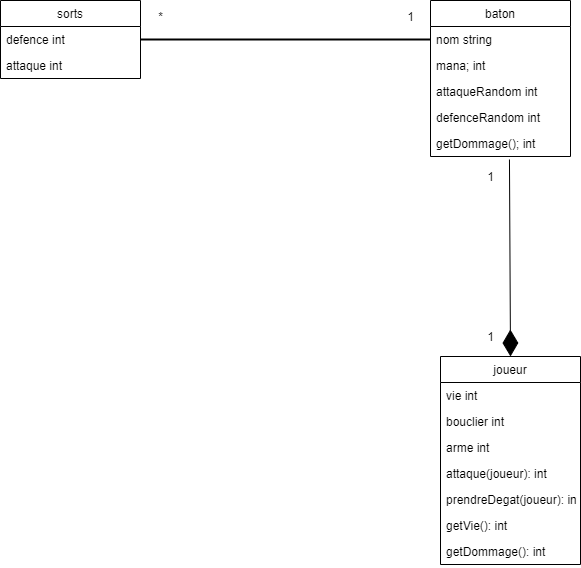
This is formatif tp1.png from Tom-Gab/Formatif_tp1, a draw.io export, as it was before one commit. Source tidied: cells renumbered, new cells last; positions are measured from the earlier drawing's top-left corner, leaving out a move shared by most shapes. Source of this version:
```xml
<mxGraphModel>
  <root>
    <mxCell id="0" />
    <mxCell id="1" parent="0" />
    <mxCell id="2" value="sorts" style="swimlane;fontStyle=0;horizontal=1;startSize=26;fillColor=none;" parent="1" vertex="1">
      <mxGeometry width="140" height="78" as="geometry" />
    </mxCell>
    <mxCell id="3" value="defence int" style="text;strokeColor=none;fillColor=none;align=left;verticalAlign=top;spacingLeft=4;spacingRight=4;overflow=hidden;" parent="2" vertex="1">
      <mxGeometry y="26" width="140" height="26" as="geometry" />
    </mxCell>
    <mxCell id="4" value="attaque int" style="text;strokeColor=none;fillColor=none;align=left;verticalAlign=top;spacingLeft=4;spacingRight=4;overflow=hidden;" parent="2" vertex="1">
      <mxGeometry y="52" width="140" height="26" as="geometry" />
    </mxCell>
    <mxCell id="5" value="baton" style="swimlane;fontStyle=0;horizontal=1;startSize=26;fillColor=none;" parent="1" vertex="1">
      <mxGeometry x="430" width="140" height="156" as="geometry" />
    </mxCell>
    <mxCell id="6" value="nom string" style="text;strokeColor=none;fillColor=none;align=left;verticalAlign=top;spacingLeft=4;spacingRight=4;overflow=hidden;" parent="5" vertex="1">
      <mxGeometry y="26" width="140" height="26" as="geometry" />
    </mxCell>
    <mxCell id="7" value="mana; int" style="text;strokeColor=none;fillColor=none;align=left;verticalAlign=top;spacingLeft=4;spacingRight=4;overflow=hidden;" parent="5" vertex="1">
      <mxGeometry y="52" width="140" height="26" as="geometry" />
    </mxCell>
    <mxCell id="8" value="attaqueRandom int" style="text;strokeColor=none;fillColor=none;align=left;verticalAlign=top;spacingLeft=4;spacingRight=4;overflow=hidden;" parent="5" vertex="1">
      <mxGeometry y="78" width="140" height="26" as="geometry" />
    </mxCell>
    <mxCell id="9" value="defenceRandom int" style="text;strokeColor=none;fillColor=none;align=left;verticalAlign=top;spacingLeft=4;spacingRight=4;overflow=hidden;" parent="5" vertex="1">
      <mxGeometry y="104" width="140" height="26" as="geometry" />
    </mxCell>
    <mxCell id="10" value="getDommage(); int" style="text;strokeColor=none;fillColor=none;align=left;verticalAlign=top;spacingLeft=4;spacingRight=4;overflow=hidden;points=[[0,0.5],[1,0.5]];portConstraint=eastwest;" parent="5" vertex="1">
      <mxGeometry y="130" width="140" height="26" as="geometry" />
    </mxCell>
    <mxCell id="11" value="joueur" style="swimlane;fontStyle=0;horizontal=1;startSize=26;fillColor=none;" parent="1" vertex="1">
      <mxGeometry x="440" y="356" width="140" height="208" as="geometry" />
    </mxCell>
    <mxCell id="12" value="vie int" style="text;strokeColor=none;fillColor=none;align=left;verticalAlign=top;spacingLeft=4;spacingRight=4;overflow=hidden;" parent="11" vertex="1">
      <mxGeometry y="26" width="140" height="26" as="geometry" />
    </mxCell>
    <mxCell id="13" value="bouclier int" style="text;strokeColor=none;fillColor=none;align=left;verticalAlign=top;spacingLeft=4;spacingRight=4;overflow=hidden;" parent="11" vertex="1">
      <mxGeometry y="52" width="140" height="26" as="geometry" />
    </mxCell>
    <mxCell id="14" value="arme int" style="text;strokeColor=none;fillColor=none;align=left;verticalAlign=top;spacingLeft=4;spacingRight=4;overflow=hidden;" parent="11" vertex="1">
      <mxGeometry y="78" width="140" height="26" as="geometry" />
    </mxCell>
    <mxCell id="15" value="attaque(joueur): int" style="text;strokeColor=none;fillColor=none;align=left;verticalAlign=top;spacingLeft=4;spacingRight=4;overflow=hidden;" parent="11" vertex="1">
      <mxGeometry y="104" width="140" height="26" as="geometry" />
    </mxCell>
    <mxCell id="16" value="prendreDegat(joueur): int" style="text;strokeColor=none;fillColor=none;align=left;verticalAlign=top;spacingLeft=4;spacingRight=4;overflow=hidden;" parent="11" vertex="1">
      <mxGeometry y="130" width="140" height="26" as="geometry" />
    </mxCell>
    <mxCell id="17" value="getVie(): int" style="text;strokeColor=none;fillColor=none;align=left;verticalAlign=top;spacingLeft=4;spacingRight=4;overflow=hidden;" parent="11" vertex="1">
      <mxGeometry y="156" width="140" height="26" as="geometry" />
    </mxCell>
    <mxCell id="18" value="getDommage(): int" style="text;strokeColor=none;fillColor=none;align=left;verticalAlign=top;spacingLeft=4;spacingRight=4;overflow=hidden;" parent="11" vertex="1">
      <mxGeometry y="182" width="140" height="26" as="geometry" />
    </mxCell>
    <mxCell id="19" style="endArrow=diamondThin;endFill=1;endSize=24;html=1;entryX=0.5;entryY=0;entryDx=0;entryDy=0;exitX=0.564;exitY=1.115;exitDx=0;exitDy=0;exitPerimeter=0;" parent="1" edge="1" source="10" target="11">
      <mxGeometry relative="1" as="geometry" />
    </mxCell>
    <mxCell id="20" value="1" style="text;html=1;align=center;verticalAlign=middle;" parent="1" vertex="1">
      <mxGeometry x="480" y="326" width="20" height="20" as="geometry" />
    </mxCell>
    <mxCell id="21" value="1" style="text;html=1;align=center;verticalAlign=middle;" parent="1" vertex="1">
      <mxGeometry x="480" y="166" width="20" height="20" as="geometry" />
    </mxCell>
    <mxCell id="22" style="line;strokeWidth=2;html=1;" parent="1" vertex="1">
      <mxGeometry x="140" y="34" width="290" height="10" as="geometry" />
    </mxCell>
    <mxCell id="23" value="*" style="text;html=1;align=center;verticalAlign=middle;" parent="1" vertex="1">
      <mxGeometry x="150" y="6" width="20" height="20" as="geometry" />
    </mxCell>
    <mxCell id="24" value="1" style="text;html=1;align=center;verticalAlign=middle;" parent="1" vertex="1">
      <mxGeometry x="400" y="6" width="20" height="20" as="geometry" />
    </mxCell>
  </root>
</mxGraphModel>
```
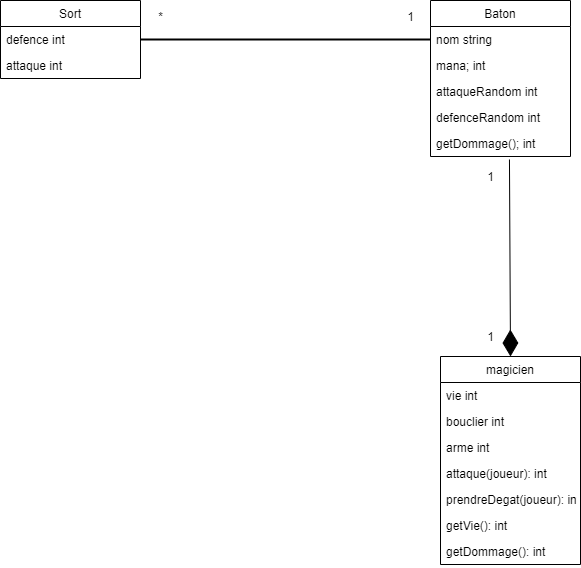
After the commit.

What changed in the source:
```diff
@@ -2,7 +2,7 @@
   <root>
     <mxCell id="0" />
     <mxCell id="1" parent="0" />
-    <mxCell id="2" value="sorts" style="swimlane;fontStyle=0;horizontal=1;startSize=26;fillColor=none;" parent="1" vertex="1">
+    <mxCell id="2" value="Sort" style="swimlane;fontStyle=0;horizontal=1;startSize=26;fillColor=none;" parent="1" vertex="1">
       <mxGeometry width="140" height="78" as="geometry" />
     </mxCell>
     <mxCell id="3" value="defence int" style="text;strokeColor=none;fillColor=none;align=left;verticalAlign=top;spacingLeft=4;spacingRight=4;overflow=hidden;" parent="2" vertex="1">
@@ -11,7 +11,7 @@
     <mxCell id="4" value="attaque int" style="text;strokeColor=none;fillColor=none;align=left;verticalAlign=top;spacingLeft=4;spacingRight=4;overflow=hidden;" parent="2" vertex="1">
       <mxGeometry y="52" width="140" height="26" as="geometry" />
     </mxCell>
-    <mxCell id="5" value="baton" style="swimlane;fontStyle=0;horizontal=1;startSize=26;fillColor=none;" parent="1" vertex="1">
+    <mxCell id="5" value="Baton" style="swimlane;fontStyle=0;horizontal=1;startSize=26;fillColor=none;" parent="1" vertex="1">
       <mxGeometry x="430" width="140" height="156" as="geometry" />
     </mxCell>
     <mxCell id="6" value="nom string" style="text;strokeColor=none;fillColor=none;align=left;verticalAlign=top;spacingLeft=4;spacingRight=4;overflow=hidden;" parent="5" vertex="1">
@@ -29,7 +29,7 @@
     <mxCell id="10" value="getDommage(); int" style="text;strokeColor=none;fillColor=none;align=left;verticalAlign=top;spacingLeft=4;spacingRight=4;overflow=hidden;points=[[0,0.5],[1,0.5]];portConstraint=eastwest;" parent="5" vertex="1">
       <mxGeometry y="130" width="140" height="26" as="geometry" />
     </mxCell>
-    <mxCell id="11" value="joueur" style="swimlane;fontStyle=0;horizontal=1;startSize=26;fillColor=none;" parent="1" vertex="1">
+    <mxCell id="11" value="magicien" style="swimlane;fontStyle=0;horizontal=1;startSize=26;fillColor=none;" parent="1" vertex="1">
       <mxGeometry x="440" y="356" width="140" height="208" as="geometry" />
     </mxCell>
     <mxCell id="12" value="vie int" style="text;strokeColor=none;fillColor=none;align=left;verticalAlign=top;spacingLeft=4;spacingRight=4;overflow=hidden;" parent="11" vertex="1">
```
